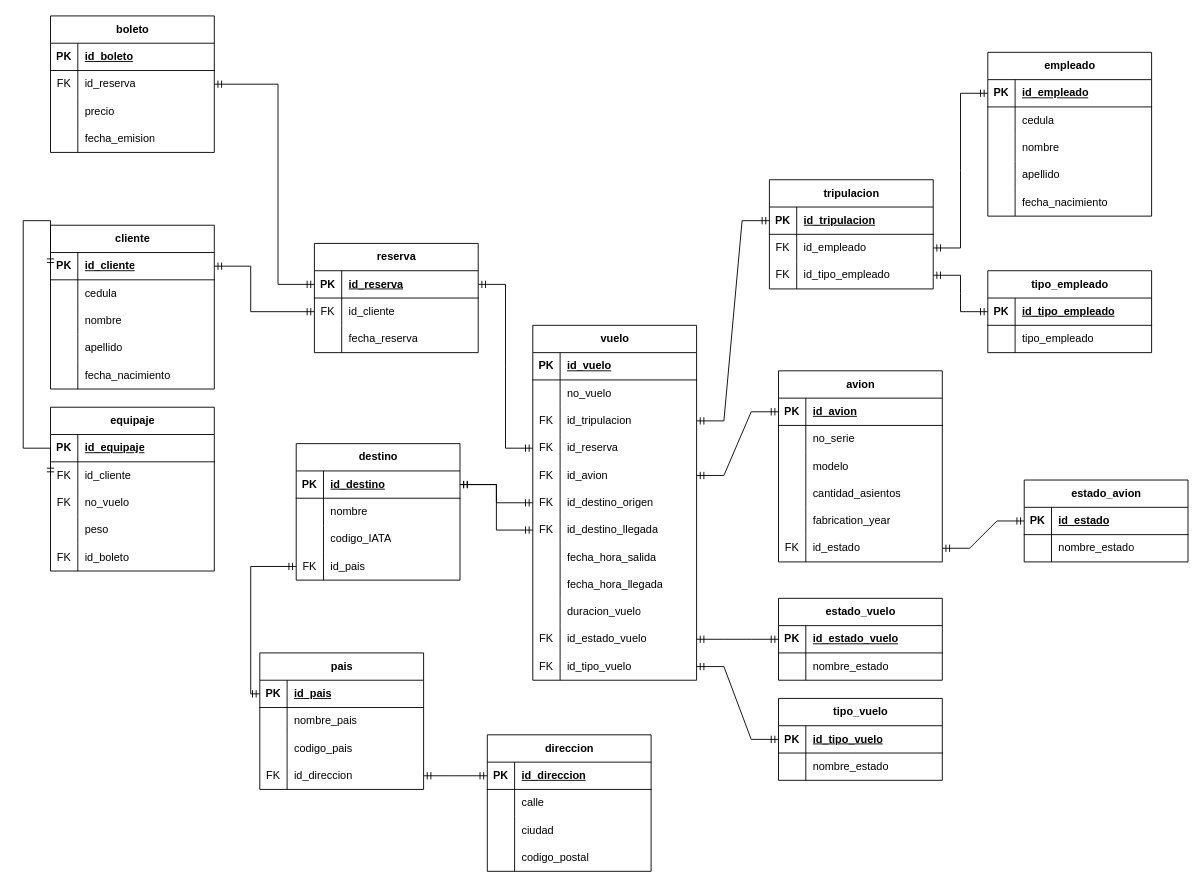
Earlier version of the draw.io diagram proyectobd.drawio (gomezteo1/aerolinea). Source tidied: cells renumbered, new cells numbered last; positions are measured from the earlier drawing's top-left corner, leaving out a move shared by most shapes. Both pictures are drawn from the tidied source at 91%, with x=0, y=0 at pixel (23, 15).
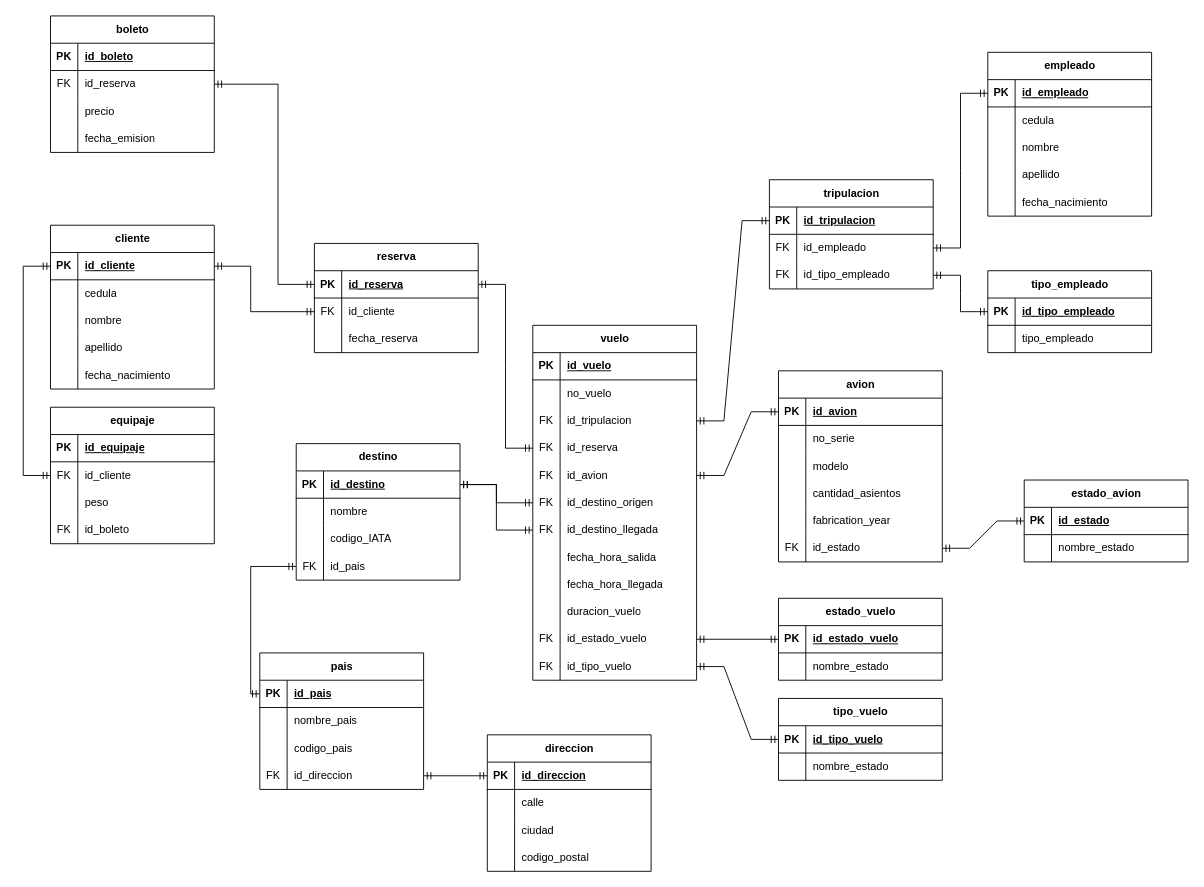
After the change.

Commit message:
correciones en el diagrama

Unchanged cells that the change refers to:
```xml
<mxCell id="66" style="shape=tableRow;horizontal=0;startSize=0;swimlaneHead=0;swimlaneBody=0;fillColor=none;points=[[0,0.5],[1,0.5]];portConstraint=eastwest;top=0;left=0;right=0;bottom=1;" parent="65" vertex="1">
  <mxGeometry y="30" width="180" height="30" as="geometry" />
</mxCell>
<mxCell id="174" style="shape=tableRow;horizontal=0;startSize=0;swimlaneHead=0;swimlaneBody=0;fillColor=none;points=[[0,0.5],[1,0.5]];portConstraint=eastwest;top=0;left=0;right=0;bottom=0;" parent="170" vertex="1">
  <mxGeometry y="60" width="180" height="30" as="geometry" />
</mxCell>
```

The edit, as a diff of the source:
```diff
@@
     <mxCell id="170" value="equipaje" style="shape=table;startSize=30;childLayout=tableLayout;rowLines=0;fontStyle=1;align=center;html=1;" parent="1" vertex="1">
-      <mxGeometry x="30" y="430" width="180" height="180" as="geometry" />
+      <mxGeometry x="30" y="430" width="180" height="150" as="geometry" />
     </mxCell>
@@
-    <mxCell id="177" style="shape=tableRow;horizontal=0;startSize=0;swimlaneHead=0;swimlaneBody=0;fillColor=none;top=0;left=0;right=0;bottom=0;" parent="170" vertex="1">
-      <mxGeometry y="90" width="180" height="30" as="geometry" />
-    </mxCell>
-    <mxCell id="178" value="FK" style="shape=partialRectangle;fillColor=none;top=0;left=0;bottom=0;right=0;overflow=hidden;whiteSpace=wrap;html=1;" parent="177" vertex="1">
-      <mxGeometry width="30" height="30" as="geometry" />
-    </mxCell>
-    <mxCell id="179" value="no_vuelo" style="shape=partialRectangle;fillColor=none;top=0;left=0;bottom=0;right=0;align=left;spacingLeft=6;overflow=hidden;whiteSpace=wrap;html=1;" parent="177" vertex="1">
-      <mxGeometry x="30" width="150" height="30" as="geometry" />
-    </mxCell>
     <mxCell id="180" style="shape=tableRow;horizontal=0;startSize=0;swimlaneHead=0;swimlaneBody=0;fillColor=none;top=0;left=0;right=0;bottom=0;" parent="170" vertex="1">
-      <mxGeometry y="120" width="180" height="30" as="geometry" />
+      <mxGeometry y="90" width="180" height="30" as="geometry" />
     </mxCell>
@@
     <mxCell id="183" style="shape=tableRow;horizontal=0;startSize=0;swimlaneHead=0;swimlaneBody=0;fillColor=none;top=0;left=0;right=0;bottom=0;" parent="170" vertex="1">
-      <mxGeometry y="150" width="180" height="30" as="geometry" />
+      <mxGeometry y="120" width="180" height="30" as="geometry" />
     </mxCell>
@@
     <mxCell id="187" style="edgeStyle=orthogonalEdgeStyle;fontSize=12;html=1;endArrow=ERmandOne;startArrow=ERmandOne;rounded=0;exitX=0;exitY=0.5;exitDx=0;exitDy=0;entryX=0;entryY=0.5;entryDx=0;entryDy=0;" parent="1" edge="1" source="174" target="66">
       <mxGeometry relative="1" as="geometry">
         <Array as="points">
-          <mxPoint y="475" />
-          <mxPoint y="225" />
+          <mxPoint y="505" />
+          <mxPoint y="275" />
         </Array>
       </mxGeometry>
     </mxCell>
```
